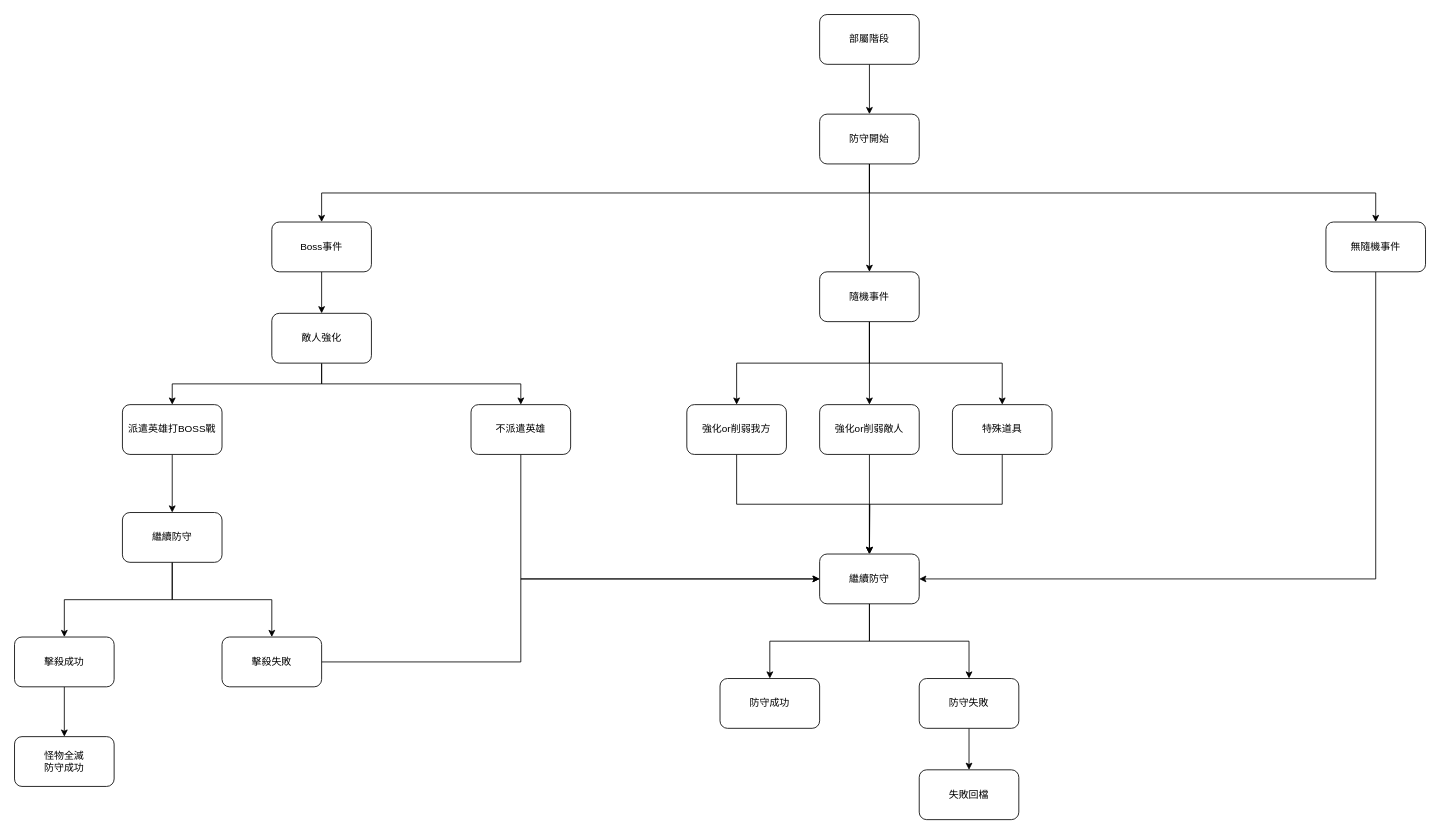
Above: page "塔防流程" (1 of 4) of Plan/流程圖.drawio in Fidowen/First_Game (draw.io), before the change. Source tidied: cells renumbered, new cells numbered last; positions are measured from the earlier drawing's top-left corner, leaving out a move shared by most shapes. Both pictures are drawn from the tidied source at 83%, with x=0, y=0 at pixel (14, 14).
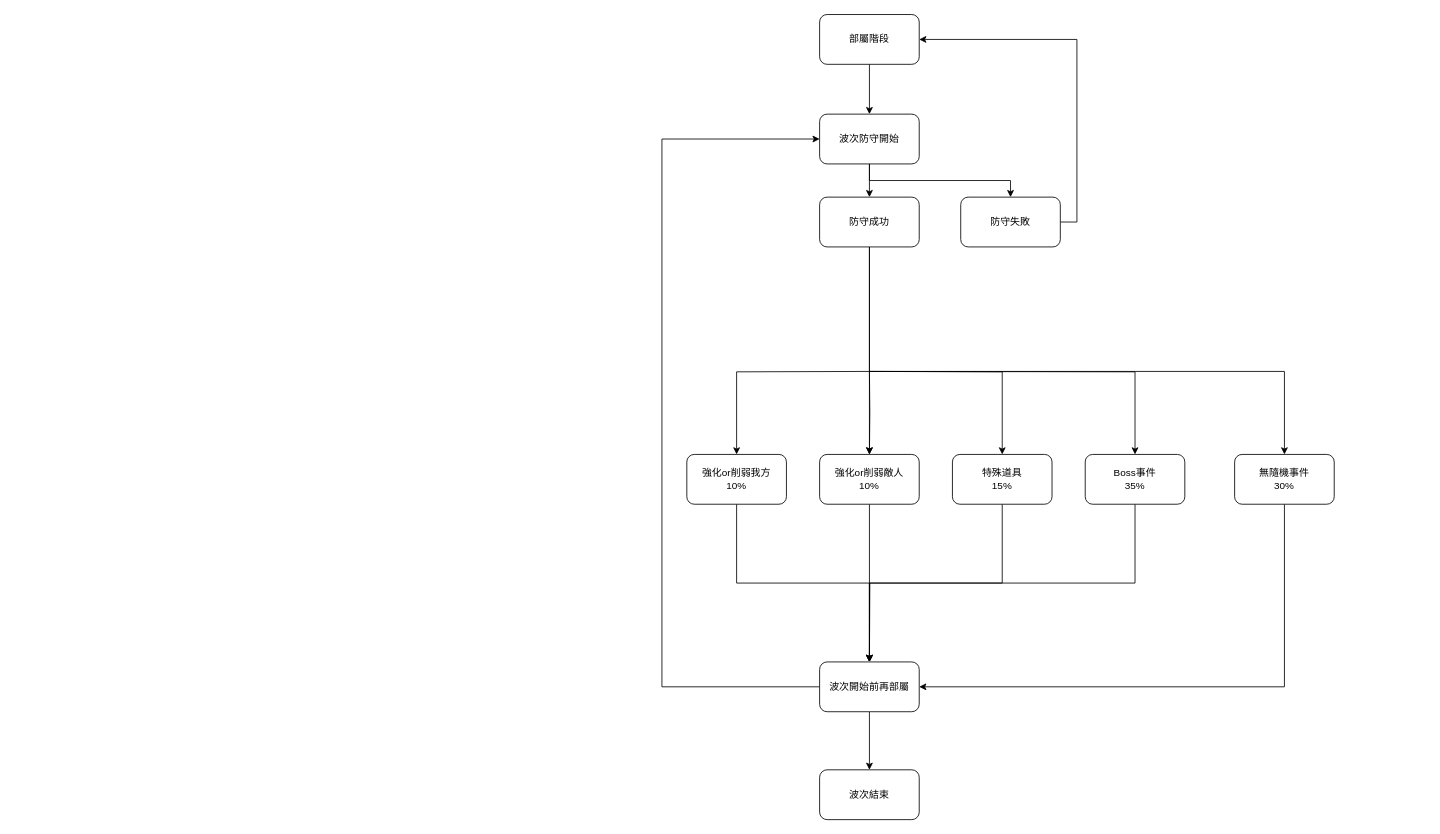
The same page after the edit.

Commit message:
更新流程圖.drawio

Unchanged cells that the change refers to:
```xml
<mxCell id="3" value="部屬階段" style="rounded=1;whiteSpace=wrap;html=1;" parent="1" vertex="1">
  <mxGeometry x="970" width="120" height="60" as="geometry" />
</mxCell>
```

What changed in the source:
```diff
@@
-    <mxCell id="4" style="edgeStyle=orthogonalEdgeStyle;rounded=0;jettySize=auto;html=1;exitX=0.5;exitY=1;exitDx=0;exitDy=0;entryX=0.5;entryY=0;entryDx=0;entryDy=0;" parent="1" edge="1" source="7" target="9">
-      <mxGeometry relative="1" as="geometry" />
-    </mxCell>
-    <mxCell id="5" style="edgeStyle=orthogonalEdgeStyle;rounded=0;jettySize=auto;html=1;exitX=0.5;exitY=1;exitDx=0;exitDy=0;entryX=0.5;entryY=0;entryDx=0;entryDy=0;" parent="1" edge="1" source="7" target="11">
-      <mxGeometry relative="1" as="geometry" />
-    </mxCell>
-    <mxCell id="6" style="edgeStyle=orthogonalEdgeStyle;rounded=0;jettySize=auto;html=1;exitX=0.5;exitY=1;exitDx=0;exitDy=0;" parent="1" edge="1" source="7" target="30">
-      <mxGeometry relative="1" as="geometry" />
-    </mxCell>
+    <mxCell id="44" style="edgeStyle=orthogonalEdgeStyle;rounded=0;jettySize=auto;html=1;exitX=0.5;exitY=1;exitDx=0;exitDy=0;" parent="1" edge="1" source="7" target="40">
+      <mxGeometry relative="1" as="geometry" />
+    </mxCell>
+    <mxCell id="45" style="edgeStyle=orthogonalEdgeStyle;rounded=0;jettySize=auto;html=1;exitX=0.5;exitY=1;exitDx=0;exitDy=0;entryX=0.5;entryY=0;entryDx=0;entryDy=0;" parent="1" edge="1" source="7" target="42">
+      <mxGeometry relative="1" as="geometry" />
+    </mxCell>
-    <mxCell id="7" value="防守開始" style="rounded=1;whiteSpace=wrap;html=1;" parent="1" vertex="1">
+    <mxCell id="7" value="波次防守開始" style="rounded=1;whiteSpace=wrap;html=1;" parent="1" vertex="1">
       <mxGeometry x="970" y="120" width="120" height="60" as="geometry" />
     </mxCell>
@@
-    <mxCell id="9" value="無隨機事件" style="rounded=1;whiteSpace=wrap;html=1;" parent="1" vertex="1">
-      <mxGeometry x="1580" y="250" width="120" height="60" as="geometry" />
+    <mxCell id="9" value="無隨機事件&lt;br&gt;30%" style="rounded=1;whiteSpace=wrap;html=1;" parent="1" vertex="1">
+      <mxGeometry x="1470" y="530" width="120" height="60" as="geometry" />
     </mxCell>
-    <mxCell id="10" style="edgeStyle=orthogonalEdgeStyle;rounded=0;jettySize=auto;html=1;entryX=0.5;entryY=0;entryDx=0;entryDy=0;" parent="1" edge="1" source="11" target="19">
-      <mxGeometry relative="1" as="geometry" />
-    </mxCell>
+    <mxCell id="46" style="edgeStyle=orthogonalEdgeStyle;rounded=0;jettySize=auto;html=1;exitX=0.5;exitY=1;exitDx=0;exitDy=0;entryX=0.5;entryY=0;entryDx=0;entryDy=0;" parent="1" edge="1" source="11" target="39">
+      <mxGeometry relative="1" as="geometry" />
+    </mxCell>
-    <mxCell id="11" value="Boss事件" style="rounded=1;whiteSpace=wrap;html=1;" parent="1" vertex="1">
-      <mxGeometry x="310" y="250" width="120" height="60" as="geometry" />
+    <mxCell id="11" value="Boss事件&lt;br&gt;35%" style="rounded=1;whiteSpace=wrap;html=1;" parent="1" vertex="1">
+      <mxGeometry x="1290" y="530" width="120" height="60" as="geometry" />
     </mxCell>
-    <mxCell id="12" style="edgeStyle=orthogonalEdgeStyle;rounded=0;jettySize=auto;html=1;exitX=0.5;exitY=1;exitDx=0;exitDy=0;entryX=0;entryY=0.5;entryDx=0;entryDy=0;" parent="1" edge="1" source="13" target="39">
-      <mxGeometry relative="1" as="geometry" />
-    </mxCell>
-    <mxCell id="13" value="不派遣英雄" style="rounded=1;whiteSpace=wrap;html=1;" parent="1" vertex="1">
-      <mxGeometry x="550" y="470" width="120" height="60" as="geometry" />
-    </mxCell>
-    <mxCell id="14" style="edgeStyle=orthogonalEdgeStyle;rounded=0;jettySize=auto;html=1;entryX=0.5;entryY=0;entryDx=0;entryDy=0;exitX=0.5;exitY=1;exitDx=0;exitDy=0;" parent="1" edge="1" source="25" target="23">
-      <mxGeometry relative="1" as="geometry" />
-    </mxCell>
-    <mxCell id="15" style="edgeStyle=orthogonalEdgeStyle;rounded=0;jettySize=auto;html=1;entryX=0.5;entryY=0;entryDx=0;entryDy=0;" parent="1" edge="1" source="16" target="25">
-      <mxGeometry relative="1" as="geometry" />
-    </mxCell>
-    <mxCell id="16" value="派遣英雄打BOSS戰" style="rounded=1;whiteSpace=wrap;html=1;" parent="1" vertex="1">
-      <mxGeometry x="130" y="470" width="120" height="60" as="geometry" />
-    </mxCell>
-    <mxCell id="17" style="edgeStyle=orthogonalEdgeStyle;rounded=0;jettySize=auto;html=1;exitX=0.5;exitY=1;exitDx=0;exitDy=0;entryX=0.5;entryY=0;entryDx=0;entryDy=0;" parent="1" edge="1" source="19" target="13">
-      <mxGeometry relative="1" as="geometry" />
-    </mxCell>
-    <mxCell id="18" style="edgeStyle=orthogonalEdgeStyle;rounded=0;jettySize=auto;html=1;exitX=0.5;exitY=1;exitDx=0;exitDy=0;" parent="1" edge="1" source="19" target="16">
-      <mxGeometry relative="1" as="geometry" />
-    </mxCell>
-    <mxCell id="19" value="敵人強化" style="rounded=1;whiteSpace=wrap;html=1;" parent="1" vertex="1">
-      <mxGeometry x="310" y="360" width="120" height="60" as="geometry" />
-    </mxCell>
-    <mxCell id="20" style="edgeStyle=orthogonalEdgeStyle;rounded=0;jettySize=auto;html=1;exitX=0.5;exitY=1;exitDx=0;exitDy=0;" parent="1" edge="1" source="21" target="26">
-      <mxGeometry relative="1" as="geometry" />
-    </mxCell>
-    <mxCell id="21" value="擊殺成功" style="rounded=1;whiteSpace=wrap;html=1;" parent="1" vertex="1">
-      <mxGeometry y="750" width="120" height="60" as="geometry" />
-    </mxCell>
-    <mxCell id="22" style="edgeStyle=orthogonalEdgeStyle;rounded=0;jettySize=auto;html=1;entryX=0;entryY=0.5;entryDx=0;entryDy=0;" parent="1" edge="1" source="23" target="39">
-      <mxGeometry relative="1" as="geometry">
-        <Array as="points">
-          <mxPoint x="610" y="780" />
-          <mxPoint x="610" y="680" />
-        </Array>
-      </mxGeometry>
-    </mxCell>
-    <mxCell id="23" value="擊殺失敗" style="rounded=1;whiteSpace=wrap;html=1;" parent="1" vertex="1">
-      <mxGeometry x="250" y="750" width="120" height="60" as="geometry" />
-    </mxCell>
-    <mxCell id="24" style="edgeStyle=orthogonalEdgeStyle;rounded=0;jettySize=auto;html=1;exitX=0.5;exitY=1;exitDx=0;exitDy=0;entryX=0.5;entryY=0;entryDx=0;entryDy=0;" parent="1" edge="1" source="25" target="21">
-      <mxGeometry relative="1" as="geometry" />
-    </mxCell>
-    <mxCell id="25" value="繼續防守" style="rounded=1;whiteSpace=wrap;html=1;" parent="1" vertex="1">
-      <mxGeometry x="130" y="600" width="120" height="60" as="geometry" />
-    </mxCell>
-    <mxCell id="26" value="怪物全滅&lt;br&gt;防守成功" style="rounded=1;whiteSpace=wrap;html=1;" parent="1" vertex="1">
-      <mxGeometry y="870" width="120" height="60" as="geometry" />
-    </mxCell>
-    <mxCell id="27" style="edgeStyle=orthogonalEdgeStyle;rounded=0;jettySize=auto;html=1;exitX=0.5;exitY=1;exitDx=0;exitDy=0;entryX=0.5;entryY=0;entryDx=0;entryDy=0;" parent="1" edge="1" source="30" target="32">
-      <mxGeometry relative="1" as="geometry" />
+    <mxCell id="27" style="edgeStyle=orthogonalEdgeStyle;rounded=0;jettySize=auto;html=1;exitX=0.5;exitY=1;exitDx=0;exitDy=0;entryX=0.5;entryY=0;entryDx=0;entryDy=0;" parent="1" edge="1" target="32">
+      <mxGeometry relative="1" as="geometry">
+        <mxPoint x="1030" y="430" as="sourcePoint" />
+      </mxGeometry>
     </mxCell>
-    <mxCell id="28" style="edgeStyle=orthogonalEdgeStyle;rounded=0;jettySize=auto;html=1;exitX=0.5;exitY=1;exitDx=0;exitDy=0;entryX=0.5;entryY=0;entryDx=0;entryDy=0;" parent="1" edge="1" source="30" target="34">
-      <mxGeometry relative="1" as="geometry" />
+    <mxCell id="28" style="edgeStyle=orthogonalEdgeStyle;rounded=0;jettySize=auto;html=1;exitX=0.5;exitY=1;exitDx=0;exitDy=0;entryX=0.5;entryY=0;entryDx=0;entryDy=0;" parent="1" edge="1" target="34">
+      <mxGeometry relative="1" as="geometry">
+        <mxPoint x="1030" y="430" as="sourcePoint" />
+      </mxGeometry>
     </mxCell>
-    <mxCell id="29" style="edgeStyle=orthogonalEdgeStyle;rounded=0;jettySize=auto;html=1;exitX=0.5;exitY=1;exitDx=0;exitDy=0;" parent="1" edge="1" source="30" target="36">
-      <mxGeometry relative="1" as="geometry" />
+    <mxCell id="29" style="edgeStyle=orthogonalEdgeStyle;rounded=0;jettySize=auto;html=1;exitX=0.5;exitY=1;exitDx=0;exitDy=0;" parent="1" edge="1" target="36">
+      <mxGeometry relative="1" as="geometry">
+        <mxPoint x="1030" y="430" as="sourcePoint" />
+      </mxGeometry>
     </mxCell>
-    <mxCell id="30" value="隨機事件" style="rounded=1;whiteSpace=wrap;html=1;" parent="1" vertex="1">
-      <mxGeometry x="970" y="310" width="120" height="60" as="geometry" />
-    </mxCell>
+    <mxCell id="47" style="edgeStyle=orthogonalEdgeStyle;rounded=0;jettySize=auto;html=1;exitX=0.5;exitY=1;exitDx=0;exitDy=0;" parent="1" edge="1" target="11">
+      <mxGeometry relative="1" as="geometry">
+        <mxPoint x="1030" y="430" as="sourcePoint" />
+      </mxGeometry>
+    </mxCell>
@@
-    <mxCell id="32" value="強化or削弱我方" style="rounded=1;whiteSpace=wrap;html=1;" parent="1" vertex="1">
-      <mxGeometry x="810" y="470" width="120" height="60" as="geometry" />
+    <mxCell id="32" value="強化or削弱我方&lt;br&gt;10%" style="rounded=1;whiteSpace=wrap;html=1;" parent="1" vertex="1">
+      <mxGeometry x="810" y="530" width="120" height="60" as="geometry" />
     </mxCell>
-    <mxCell id="33" style="edgeStyle=orthogonalEdgeStyle;rounded=0;jettySize=auto;html=1;exitX=0.5;exitY=1;exitDx=0;exitDy=0;" parent="1" edge="1" source="34">
-      <mxGeometry relative="1" as="geometry">
-        <mxPoint x="1030" y="650" as="targetPoint" />
-      </mxGeometry>
-    </mxCell>
+    <mxCell id="48" style="edgeStyle=orthogonalEdgeStyle;rounded=0;jettySize=auto;html=1;exitX=0.5;exitY=1;exitDx=0;exitDy=0;entryX=0.5;entryY=0;entryDx=0;entryDy=0;" parent="1" edge="1" source="34" target="39">
+      <mxGeometry relative="1" as="geometry" />
+    </mxCell>
-    <mxCell id="34" value="強化or削弱敵人" style="rounded=1;whiteSpace=wrap;html=1;" parent="1" vertex="1">
-      <mxGeometry x="970" y="470" width="120" height="60" as="geometry" />
+    <mxCell id="34" value="強化or削弱敵人&lt;br&gt;10%" style="rounded=1;whiteSpace=wrap;html=1;" parent="1" vertex="1">
+      <mxGeometry x="970" y="530" width="120" height="60" as="geometry" />
     </mxCell>
-    <mxCell id="35" style="edgeStyle=orthogonalEdgeStyle;rounded=0;jettySize=auto;html=1;exitX=0.5;exitY=1;exitDx=0;exitDy=0;" parent="1" edge="1" source="36">
-      <mxGeometry relative="1" as="geometry">
-        <mxPoint x="1030" y="650" as="targetPoint" />
-      </mxGeometry>
-    </mxCell>
+    <mxCell id="49" style="edgeStyle=orthogonalEdgeStyle;rounded=0;jettySize=auto;html=1;exitX=0.5;exitY=1;exitDx=0;exitDy=0;" parent="1" edge="1" source="36">
+      <mxGeometry relative="1" as="geometry">
+        <mxPoint x="1030" y="780" as="targetPoint" />
+      </mxGeometry>
+    </mxCell>
-    <mxCell id="36" value="特殊道具" style="rounded=1;whiteSpace=wrap;html=1;" parent="1" vertex="1">
-      <mxGeometry x="1130" y="470" width="120" height="60" as="geometry" />
+    <mxCell id="36" value="特殊道具&lt;br&gt;15%" style="rounded=1;whiteSpace=wrap;html=1;" parent="1" vertex="1">
+      <mxGeometry x="1130" y="530" width="120" height="60" as="geometry" />
     </mxCell>
-    <mxCell id="37" style="edgeStyle=orthogonalEdgeStyle;rounded=0;jettySize=auto;html=1;exitX=0.5;exitY=1;exitDx=0;exitDy=0;entryX=0.5;entryY=0;entryDx=0;entryDy=0;" parent="1" edge="1" source="39" target="40">
-      <mxGeometry relative="1" as="geometry" />
-    </mxCell>
-    <mxCell id="38" style="edgeStyle=orthogonalEdgeStyle;rounded=0;jettySize=auto;html=1;exitX=0.5;exitY=1;exitDx=0;exitDy=0;entryX=0.5;entryY=0;entryDx=0;entryDy=0;" parent="1" edge="1" source="39" target="42">
-      <mxGeometry relative="1" as="geometry" />
-    </mxCell>
+    <mxCell id="50" style="edgeStyle=orthogonalEdgeStyle;rounded=0;jettySize=auto;html=1;exitX=0;exitY=0.5;exitDx=0;exitDy=0;entryX=0;entryY=0.5;entryDx=0;entryDy=0;" parent="1" edge="1" source="39" target="7">
+      <mxGeometry relative="1" as="geometry">
+        <Array as="points">
+          <mxPoint x="780" y="810" />
+          <mxPoint x="780" y="150" />
+        </Array>
+      </mxGeometry>
+    </mxCell>
+    <mxCell id="51" style="edgeStyle=orthogonalEdgeStyle;rounded=0;jettySize=auto;html=1;exitX=0.5;exitY=1;exitDx=0;exitDy=0;entryX=0.5;entryY=0;entryDx=0;entryDy=0;" parent="1" edge="1" source="39" target="53">
+      <mxGeometry relative="1" as="geometry" />
+    </mxCell>
-    <mxCell id="39" value="繼續防守" style="rounded=1;whiteSpace=wrap;html=1;" parent="1" vertex="1">
-      <mxGeometry x="970" y="650" width="120" height="60" as="geometry" />
+    <mxCell id="39" value="波次開始前再部屬" style="rounded=1;whiteSpace=wrap;html=1;" parent="1" vertex="1">
+      <mxGeometry x="970" y="780" width="120" height="60" as="geometry" />
     </mxCell>
+    <mxCell id="52" style="edgeStyle=orthogonalEdgeStyle;rounded=0;jettySize=auto;html=1;exitX=1;exitY=0.5;exitDx=0;exitDy=0;entryX=1;entryY=0.5;entryDx=0;entryDy=0;" parent="1" edge="1" source="42" target="3">
+      <mxGeometry relative="1" as="geometry" />
+    </mxCell>
+    <mxCell id="42" value="防守失敗" style="rounded=1;whiteSpace=wrap;html=1;" parent="1" vertex="1">
+      <mxGeometry x="1140" y="220" width="120" height="60" as="geometry" />
+    </mxCell>
+    <mxCell id="53" value="波次結束" style="rounded=1;whiteSpace=wrap;html=1;" parent="1" vertex="1">
+      <mxGeometry x="970" y="910" width="120" height="60" as="geometry" />
+    </mxCell>
+    <mxCell id="54" style="edgeStyle=orthogonalEdgeStyle;rounded=0;jettySize=auto;html=1;exitX=0.5;exitY=1;exitDx=0;exitDy=0;entryX=0.5;entryY=0;entryDx=0;entryDy=0;" parent="1" edge="1" source="40" target="34">
+      <mxGeometry relative="1" as="geometry" />
+    </mxCell>
+    <mxCell id="55" style="edgeStyle=orthogonalEdgeStyle;rounded=0;jettySize=auto;html=1;exitX=0.5;exitY=1;exitDx=0;exitDy=0;entryX=0.5;entryY=0;entryDx=0;entryDy=0;" parent="1" edge="1" source="40" target="9">
+      <mxGeometry relative="1" as="geometry">
+        <Array as="points">
+          <mxPoint x="1030" y="430" />
+          <mxPoint x="1530" y="430" />
+        </Array>
+      </mxGeometry>
+    </mxCell>
     <mxCell id="40" value="防守成功" style="rounded=1;whiteSpace=wrap;html=1;" parent="1" vertex="1">
-      <mxGeometry x="850" y="800" width="120" height="60" as="geometry" />
+      <mxGeometry x="970" y="220" width="120" height="60" as="geometry" />
     </mxCell>
-    <mxCell id="41" style="edgeStyle=orthogonalEdgeStyle;rounded=0;jettySize=auto;html=1;exitX=0.5;exitY=1;exitDx=0;exitDy=0;entryX=0.5;entryY=0;entryDx=0;entryDy=0;" parent="1" edge="1" source="42" target="43">
-      <mxGeometry relative="1" as="geometry" />
-    </mxCell>
-    <mxCell id="42" value="防守失敗" style="rounded=1;whiteSpace=wrap;html=1;" parent="1" vertex="1">
-      <mxGeometry x="1090" y="800" width="120" height="60" as="geometry" />
-    </mxCell>
-    <mxCell id="43" value="失敗回檔" style="rounded=1;whiteSpace=wrap;html=1;" parent="1" vertex="1">
-      <mxGeometry x="1090" y="910" width="120" height="60" as="geometry" />
-    </mxCell>
```
